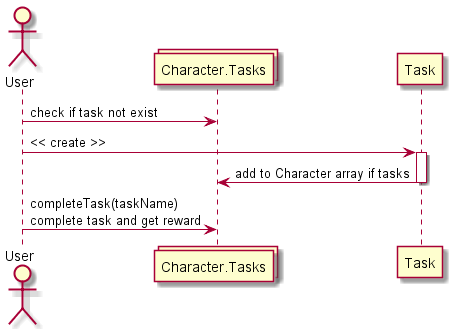
This is diagrams/design/setTask.png from mementomorri/habit_tracker, a PlantUML export, as it was before one commit.
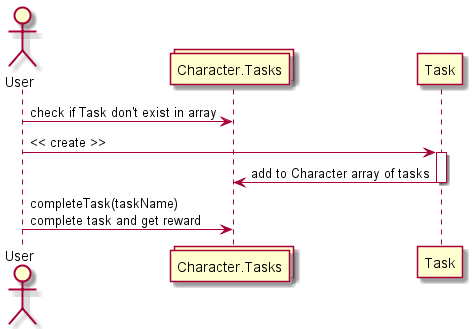
The same file after the commit.

Change to the diagram source:
```diff
@@ -2,10 +2,10 @@
 Actor User
 collections Character.Tasks
 
-User -> Character.Tasks: check if task not exist
+User -> Character.Tasks: check if Task don't exist in array
 User -> Task: << create >>
 activate Task
-Task -> Character.Tasks: add to Character array if tasks
+Task -> Character.Tasks: add to Character array of tasks
 deactivate Task
 User ->Character.Tasks: completeTask(taskName)\ncomplete task and get reward
 @enduml
```
